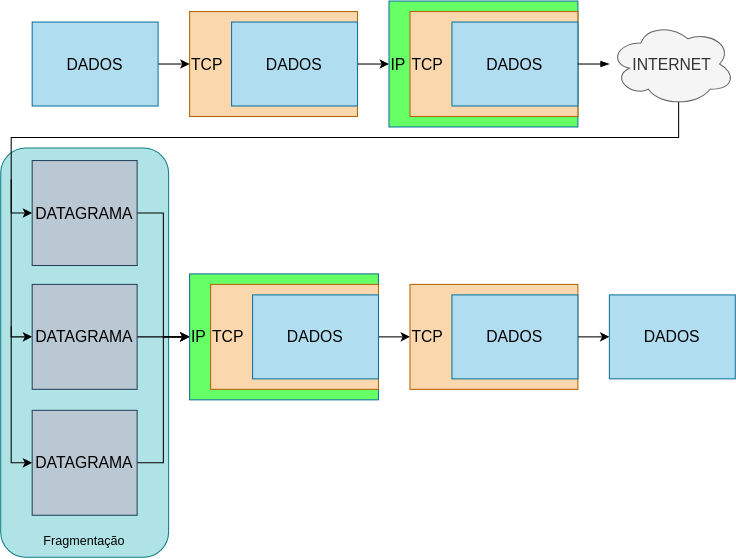
This is docs/Disciplinas/Redes II/imgs/func-ip.svg from eduardoschulz/uniresumos, a draw.io export, as it was before one commit. Source tidied: cells renumbered, new cells last; positions are measured from the earlier drawing's top-left corner, leaving out a move shared by most shapes.
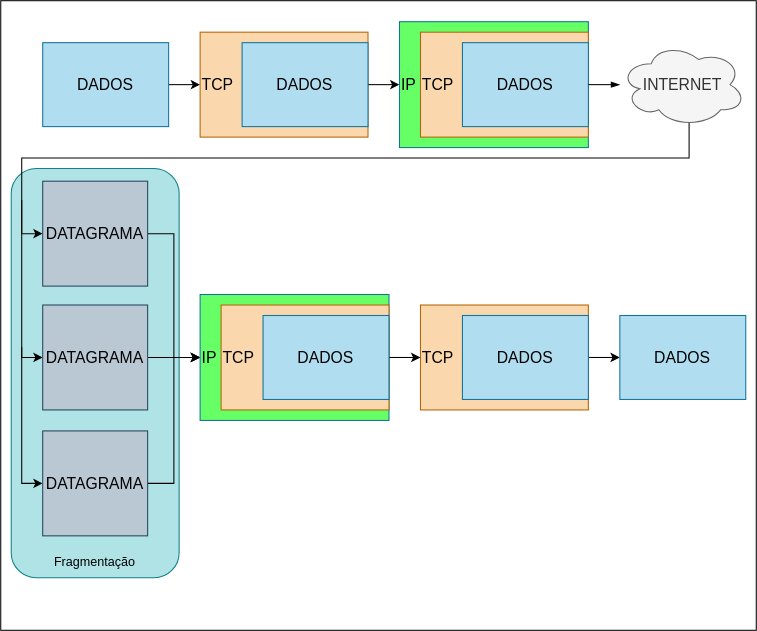
After the change.

What changed in the source:
```diff
@@ -2,6 +2,9 @@
   <root>
     <mxCell id="0" />
     <mxCell id="1" parent="0" />
+    <mxCell id="31" style="rounded=0;whiteSpace=wrap;html=1;" parent="1" vertex="1">
+      <mxGeometry x="-10" y="-20" width="720" height="600" as="geometry" />
+    </mxCell>
     <mxCell id="2" style="rounded=1;whiteSpace=wrap;html=1;fillColor=#b0e3e6;strokeColor=#0e8088;" parent="1" vertex="1">
       <mxGeometry y="140" width="160" height="390" as="geometry" />
     </mxCell>
```
